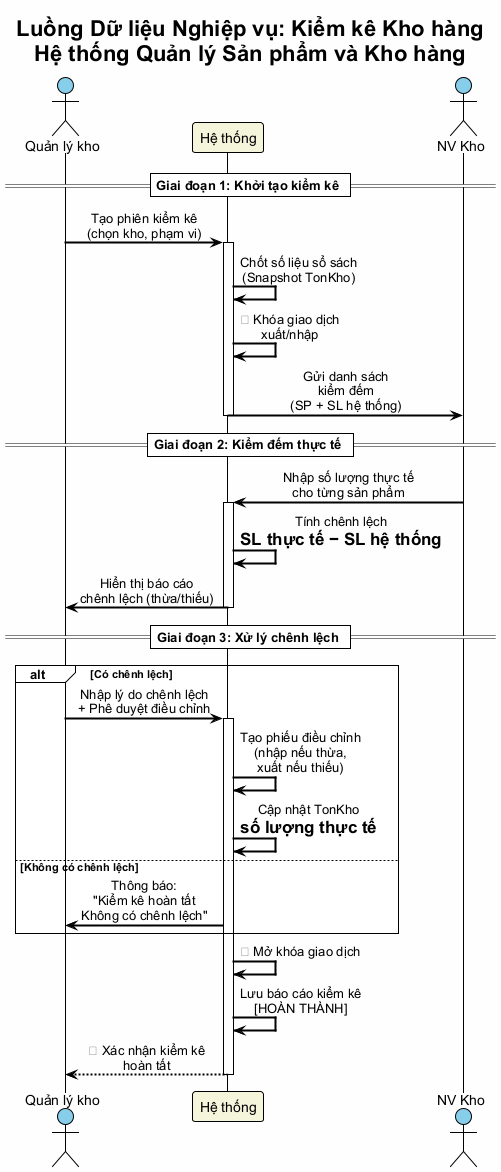
The PlantUML diagram BTL-QuanLyKhoHang/diagrams/functional-model-flow-kiem-ke.png in vuhoabinh2416137/G8_Quanlysanphamvakhohang, before a commit. Its diagram source:
```plantuml
@startuml functional-model-flow-kiem-ke
!theme plain
skinparam defaultFontName "Arial"
skinparam backgroundColor #FEFEFE
skinparam sequenceArrowThickness 2
skinparam sequenceMessageAlign center

title Luồng Dữ liệu Nghiệp vụ: Kiểm kê Kho hàng\nHệ thống Quản lý Sản phẩm và Kho hàng

actor "Quản lý kho" as QLK #87CEEB
participant "Hệ thống" as HT #F5F5DC
actor "NV Kho" as NV_K #87CEEB

== Giai đoạn 1: Khởi tạo kiểm kê ==

QLK -> HT : Tạo phiên kiểm kê\n(chọn kho, phạm vi)
activate HT
HT -> HT : Chốt số liệu sổ sách\n(Snapshot TonKho)
HT -> HT : 🔒 Khóa giao dịch\nxuất/nhập
HT -> NV_K : Gửi danh sách\nkiểm đếm\n(SP + SL hệ thống)
deactivate HT

== Giai đoạn 2: Kiểm đếm thực tế ==

NV_K -> HT : Nhập số lượng thực tế\ncho từng sản phẩm
activate HT
HT -> HT : Tính chênh lệch\n= SL thực tế − SL hệ thống
HT -> QLK : Hiển thị báo cáo\nchênh lệch (thừa/thiếu)
deactivate HT

== Giai đoạn 3: Xử lý chênh lệch ==

alt Có chênh lệch
    QLK -> HT : Nhập lý do chênh lệch\n+ Phê duyệt điều chỉnh
    activate HT
    HT -> HT : Tạo phiếu điều chỉnh\n(nhập nếu thừa,\nxuất nếu thiếu)
    HT -> HT : Cập nhật TonKho\n= số lượng thực tế
else Không có chênh lệch
    HT -> QLK : Thông báo:\n"Kiểm kê hoàn tất\nKhông có chênh lệch"
end

HT -> HT : 🔓 Mở khóa giao dịch
HT -> HT : Lưu báo cáo kiểm kê\n[HOÀN THÀNH]
HT --> QLK : ✅ Xác nhận kiểm kê\nhoàn tất
deactivate HT

@enduml
```
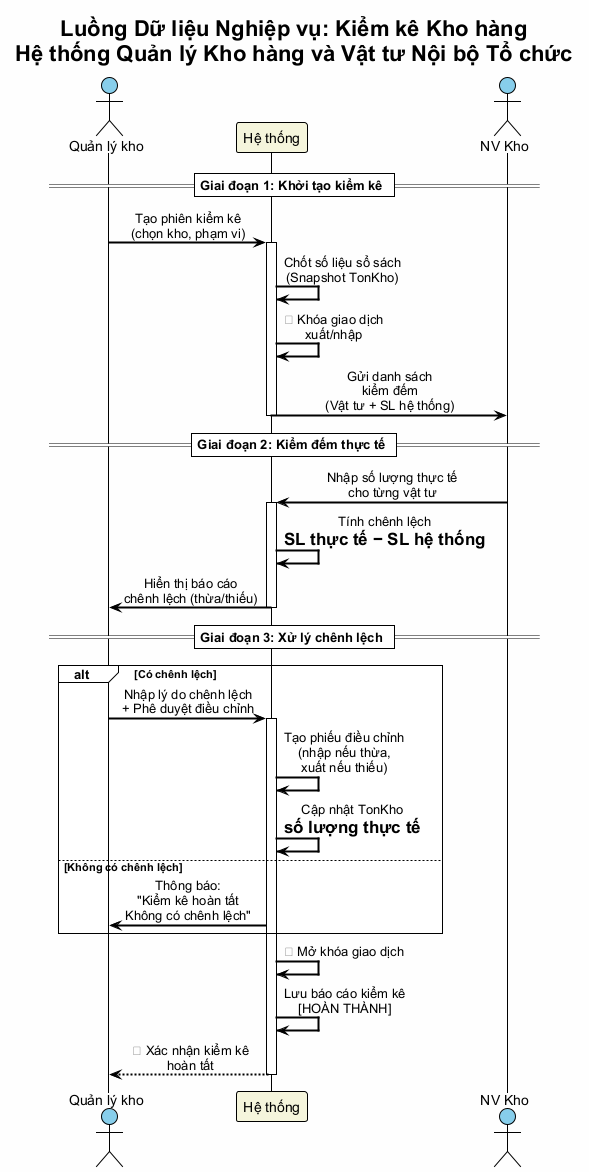
Above is the later version.

The edit, as a diff of the source:
```diff
@@ -5,7 +5,7 @@
 skinparam sequenceArrowThickness 2
 skinparam sequenceMessageAlign center
 
-title Luồng Dữ liệu Nghiệp vụ: Kiểm kê Kho hàng\nHệ thống Quản lý Sản phẩm và Kho hàng
+title Luồng Dữ liệu Nghiệp vụ: Kiểm kê Kho hàng\nHệ thống Quản lý Kho hàng và Vật tư Nội bộ Tổ chức
 
 actor "Quản lý kho" as QLK #87CEEB
 participant "Hệ thống" as HT #F5F5DC
@@ -17,12 +17,12 @@
 activate HT
 HT -> HT : Chốt số liệu sổ sách\n(Snapshot TonKho)
 HT -> HT : 🔒 Khóa giao dịch\nxuất/nhập
-HT -> NV_K : Gửi danh sách\nkiểm đếm\n(SP + SL hệ thống)
+HT -> NV_K : Gửi danh sách\nkiểm đếm\n(Vật tư + SL hệ thống)
 deactivate HT
 
 == Giai đoạn 2: Kiểm đếm thực tế ==
 
-NV_K -> HT : Nhập số lượng thực tế\ncho từng sản phẩm
+NV_K -> HT : Nhập số lượng thực tế\ncho từng vật tư
 activate HT
 HT -> HT : Tính chênh lệch\n= SL thực tế − SL hệ thống
 HT -> QLK : Hiển thị báo cáo\nchênh lệch (thừa/thiếu)
```
